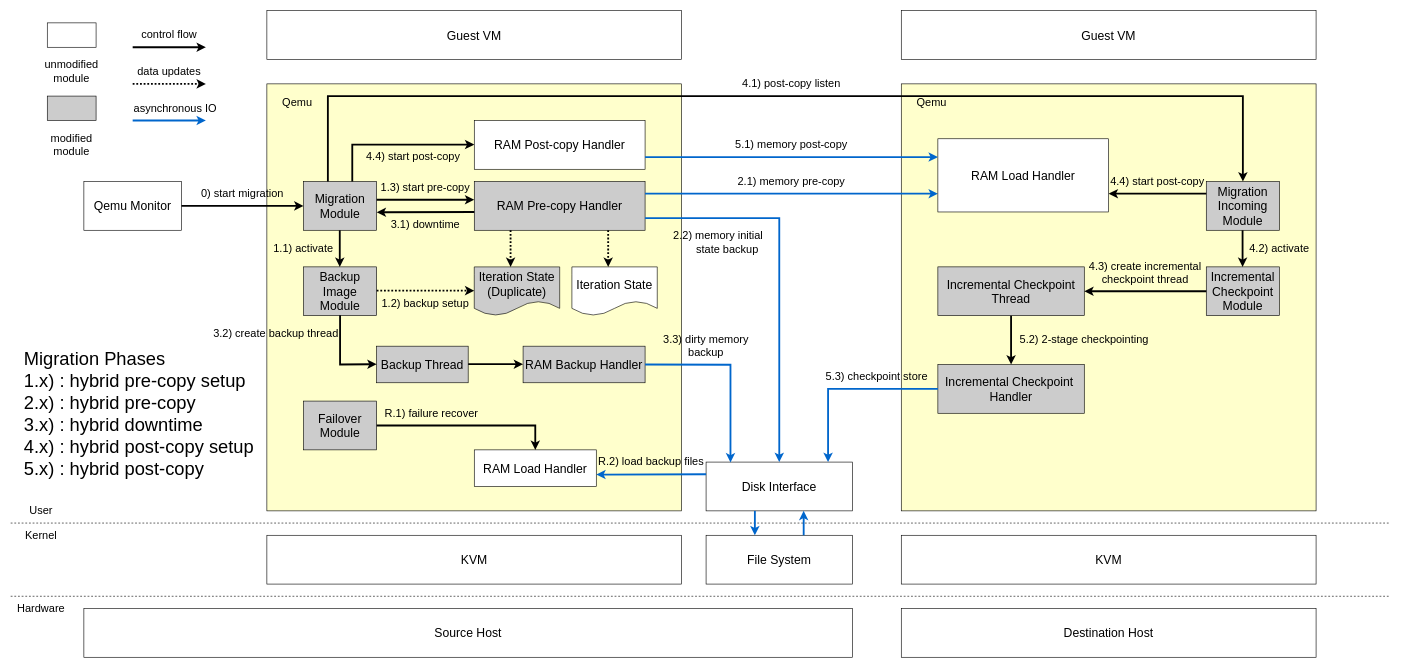
This is final/architecture 2.drawio from xuyizhe1999/drawio, a draw.io file, before an edit. Source tidied: cells renumbered, new cells numbered last; positions are measured from the earlier drawing's top-left corner, leaving out a move shared by most shapes. Both pictures are drawn from the tidied source at 61%, with x=0, y=0 at pixel (10, 10).
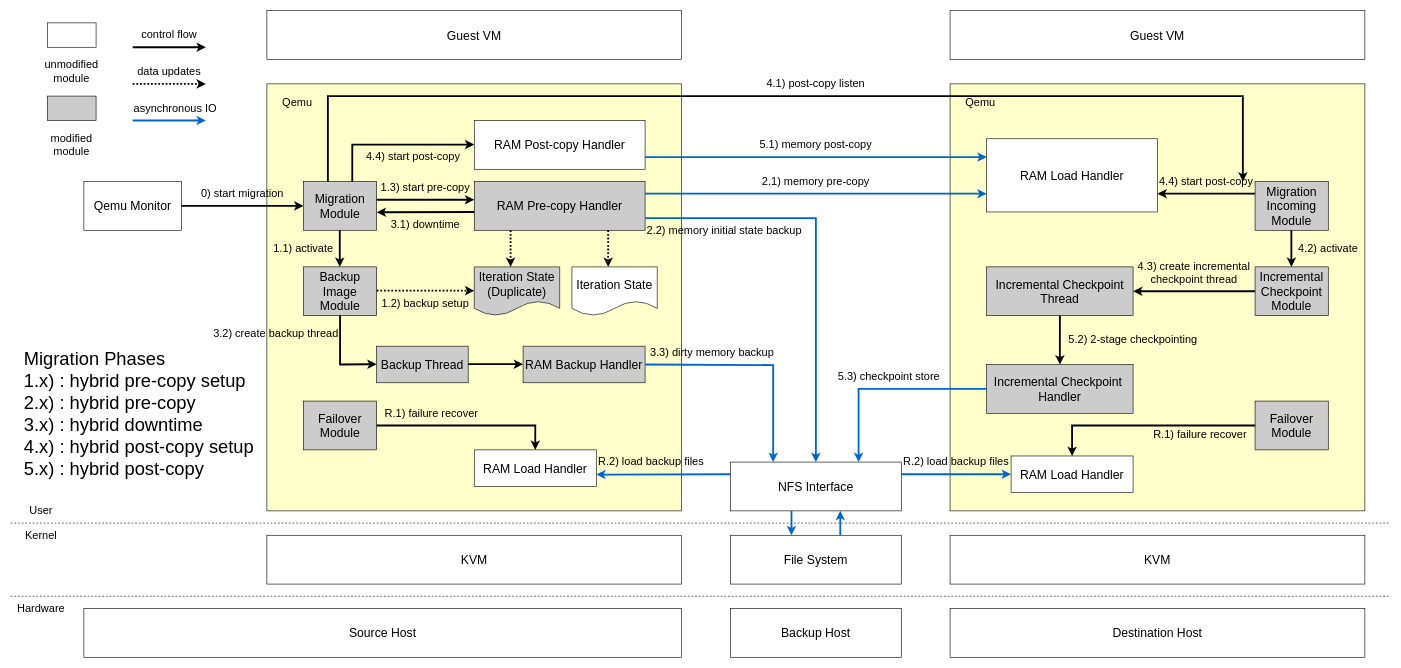
The same diagram, later.

The edit, as a diff of the source:
```diff
@@
     <mxCell id="2" style="rounded=0;whiteSpace=wrap;html=1;fillColor=#FFFFCC;" parent="1" vertex="1">
-      <mxGeometry x="1460" y="120" width="680" height="700" as="geometry" />
+      <mxGeometry x="1540" y="120" width="680" height="700" as="geometry" />
     </mxCell>
@@
-    <mxCell id="23" value="&lt;font style=&quot;font-size: 20px;&quot;&gt;Disk Interface&lt;/font&gt;" style="rounded=0;whiteSpace=wrap;html=1;align=center;fontSize=20;" parent="1" vertex="1">
-      <mxGeometry x="1140" y="740" width="240" height="80" as="geometry" />
+    <mxCell id="23" value="&lt;font style=&quot;font-size: 20px;&quot;&gt;NFS Interface&lt;/font&gt;" style="rounded=0;whiteSpace=wrap;html=1;align=center;fontSize=20;" parent="1" vertex="1">
+      <mxGeometry x="1180" y="740" width="280" height="80" as="geometry" />
     </mxCell>
     <mxCell id="24" value="&lt;font style=&quot;font-size: 18px;&quot;&gt;2.1) memory pre-copy&lt;/font&gt;" style="text;html=1;strokeColor=none;fillColor=none;align=center;verticalAlign=middle;whiteSpace=wrap;rounded=0;" parent="1" vertex="1">
-      <mxGeometry x="1180" y="260" width="200" height="40" as="geometry" />
+      <mxGeometry x="1220" y="260" width="200" height="40" as="geometry" />
     </mxCell>
@@
-    <mxCell id="31" style="endArrow=classic;html=1;rounded=0;strokeWidth=3;strokeColor=#0066CC;" parent="1" edge="1">
+    <mxCell id="31" style="endArrow=classic;html=1;rounded=0;strokeWidth=3;strokeColor=#0066CC;entryX=0.5;entryY=0;entryDx=0;entryDy=0;" parent="1" edge="1" target="23">
       <mxGeometry relative="1" as="geometry">
         <mxPoint x="1040" y="340" as="sourcePoint" />
-        <mxPoint x="1260" y="740" as="targetPoint" />
         <Array as="points">
-          <mxPoint x="1260" y="340" />
+          <mxPoint x="1320" y="340" />
         </Array>
       </mxGeometry>
     </mxCell>
-    <mxCell id="32" style="endArrow=classic;html=1;rounded=0;strokeWidth=3;strokeColor=#0066CC;" parent="1" edge="1">
+    <mxCell id="32" style="endArrow=classic;html=1;rounded=0;strokeWidth=3;strokeColor=#0066CC;entryX=0;entryY=0.75;entryDx=0;entryDy=0;" parent="1" edge="1" target="53">
       <mxGeometry relative="1" as="geometry">
         <mxPoint x="1040" y="300" as="sourcePoint" />
-        <mxPoint x="1520" y="300" as="targetPoint" />
       </mxGeometry>
     </mxCell>
@@
-    <mxCell id="40" style="endArrow=classic;html=1;rounded=0;strokeWidth=3;strokeColor=#0066CC;" parent="1" edge="1">
+    <mxCell id="40" style="endArrow=classic;html=1;rounded=0;strokeWidth=3;strokeColor=#0066CC;entryX=0.25;entryY=0;entryDx=0;entryDy=0;" parent="1" edge="1" target="23">
       <mxGeometry relative="1" as="geometry">
         <mxPoint x="1040" y="580" as="sourcePoint" />
-        <mxPoint x="1180" y="740.5" as="targetPoint" />
         <Array as="points">
-          <mxPoint x="1180" y="580.5" />
+          <mxPoint x="1250" y="581" />
         </Array>
       </mxGeometry>
     </mxCell>
@@
-    <mxCell id="42" style="endArrow=classic;html=1;rounded=0;strokeWidth=3;strokeColor=#0066CC;" parent="1" edge="1">
+    <mxCell id="42" style="endArrow=classic;html=1;rounded=0;strokeWidth=3;strokeColor=#0066CC;exitX=0;exitY=0.25;exitDx=0;exitDy=0;" parent="1" edge="1" source="23">
       <mxGeometry relative="1" as="geometry">
-        <mxPoint x="1140" y="760" as="sourcePoint" />
         <mxPoint x="960" y="760.5" as="targetPoint" />
       </mxGeometry>
     </mxCell>
@@
     <mxCell id="48" value="&lt;font style=&quot;font-size: 20px;&quot;&gt;File System&lt;/font&gt;" style="rounded=0;whiteSpace=wrap;html=1;" parent="1" vertex="1">
-      <mxGeometry x="1140" y="860" width="240" height="80" as="geometry" />
+      <mxGeometry x="1180" y="860" width="280" height="80" as="geometry" />
     </mxCell>
     <mxCell id="49" style="endArrow=classic;html=1;rounded=0;strokeWidth=3;strokeColor=#0066CC;" parent="1" edge="1">
       <mxGeometry relative="1" as="geometry">
-        <mxPoint x="1220" y="820" as="sourcePoint" />
-        <mxPoint x="1220" y="860" as="targetPoint" />
+        <mxPoint x="1280" y="820" as="sourcePoint" />
+        <mxPoint x="1280" y="860" as="targetPoint" />
       </mxGeometry>
     </mxCell>
     <mxCell id="50" style="endArrow=classic;html=1;rounded=0;strokeWidth=3;strokeColor=#0066CC;" parent="1" edge="1">
       <mxGeometry relative="1" as="geometry">
-        <mxPoint x="1300" y="860" as="sourcePoint" />
-        <mxPoint x="1300" y="820" as="targetPoint" />
+        <mxPoint x="1360" y="860" as="sourcePoint" />
+        <mxPoint x="1360" y="820" as="targetPoint" />
       </mxGeometry>
     </mxCell>
     <mxCell id="51" value="&lt;font style=&quot;font-size: 20px;&quot;&gt;Source Host&lt;/font&gt;" style="rounded=0;whiteSpace=wrap;html=1;" parent="1" vertex="1">
-      <mxGeometry x="120" y="980" width="1260" height="80" as="geometry" />
+      <mxGeometry x="120" y="980" width="980" height="80" as="geometry" />
     </mxCell>
     <mxCell id="52" value="&lt;font style=&quot;font-size: 20px;&quot;&gt;Guest VM&lt;/font&gt;" style="rounded=0;whiteSpace=wrap;html=1;align=center;" parent="1" vertex="1">
-      <mxGeometry x="1460" width="680" height="80" as="geometry" />
+      <mxGeometry x="1540" width="680" height="80" as="geometry" />
     </mxCell>
     <mxCell id="53" value="&lt;font style=&quot;font-size: 20px;&quot;&gt;RAM Load Handler&lt;/font&gt;" style="rounded=0;whiteSpace=wrap;html=1;fillColor=#FFFFFF;fontSize=20;" parent="1" vertex="1">
-      <mxGeometry x="1520" y="210" width="280" height="120" as="geometry" />
+      <mxGeometry x="1600" y="210" width="280" height="120" as="geometry" />
     </mxCell>
     <mxCell id="54" value="&lt;font style=&quot;font-size: 20px;&quot;&gt;Migration Incoming&lt;br style=&quot;font-size: 20px;&quot;&gt;Module&lt;/font&gt;" style="rounded=0;whiteSpace=wrap;html=1;fontSize=20;fillColor=#CCCCCC;" parent="1" vertex="1">
-      <mxGeometry x="1960" y="280" width="120" height="80" as="geometry" />
+      <mxGeometry x="2040" y="280" width="120" height="80" as="geometry" />
     </mxCell>
@@
     <mxCell id="56" value="&lt;font style=&quot;font-size: 20px;&quot;&gt;Incremental Checkpoint&lt;br style=&quot;font-size: 20px;&quot;&gt;Module&lt;/font&gt;" style="rounded=0;whiteSpace=wrap;html=1;fillColor=#CCCCCC;fontSize=20;" parent="1" vertex="1">
-      <mxGeometry x="1960" y="420" width="120" height="80" as="geometry" />
+      <mxGeometry x="2040" y="420" width="120" height="80" as="geometry" />
     </mxCell>
@@
-    <mxCell id="61" style="endArrow=classic;html=1;rounded=0;strokeWidth=3;strokeColor=#0066CC;" parent="1" edge="1">
+    <mxCell id="61" style="endArrow=classic;html=1;rounded=0;strokeWidth=3;strokeColor=#0066CC;entryX=0;entryY=0.25;entryDx=0;entryDy=0;" parent="1" edge="1" target="53">
       <mxGeometry relative="1" as="geometry">
         <mxPoint x="1040" y="240" as="sourcePoint" />
-        <mxPoint x="1520" y="240" as="targetPoint" />
       </mxGeometry>
     </mxCell>
@@
     <mxCell id="63" value="&lt;font style=&quot;font-size: 18px;&quot;&gt;4.1) post-copy listen&lt;/font&gt;" style="text;html=1;strokeColor=none;fillColor=none;align=center;verticalAlign=middle;whiteSpace=wrap;rounded=0;" parent="1" vertex="1">
-      <mxGeometry x="1160" y="100" width="240" height="40" as="geometry" />
+      <mxGeometry x="1200" y="100" width="240" height="40" as="geometry" />
     </mxCell>
     <mxCell id="64" value="&lt;font style=&quot;font-size: 18px;&quot;&gt;5.1) memory post-copy&lt;/font&gt;" style="text;html=1;strokeColor=none;fillColor=none;align=center;verticalAlign=middle;whiteSpace=wrap;rounded=0;" parent="1" vertex="1">
-      <mxGeometry x="1180" y="200" width="200" height="40" as="geometry" />
+      <mxGeometry x="1220" y="200" width="200" height="40" as="geometry" />
     </mxCell>
     <mxCell id="65" style="endArrow=classic;html=1;rounded=0;strokeWidth=3;" parent="1" edge="1">
       <mxGeometry relative="1" as="geometry">
-        <mxPoint x="2019.5" y="360" as="sourcePoint" />
-        <mxPoint x="2019.5" y="420" as="targetPoint" />
+        <mxPoint x="2099.5" y="360" as="sourcePoint" />
+        <mxPoint x="2099.5" y="420" as="targetPoint" />
       </mxGeometry>
     </mxCell>
     <mxCell id="66" value="&lt;font style=&quot;font-size: 18px;&quot;&gt;4.2) activate&lt;/font&gt;" style="text;html=1;strokeColor=none;fillColor=none;align=center;verticalAlign=middle;whiteSpace=wrap;rounded=0;" parent="1" vertex="1">
-      <mxGeometry x="2020" y="370" width="120" height="40" as="geometry" />
+      <mxGeometry x="2100" y="370" width="120" height="40" as="geometry" />
     </mxCell>
     <mxCell id="67" value="&lt;font style=&quot;font-size: 20px;&quot;&gt;Incremental Checkpoint&amp;nbsp; Handler&lt;/font&gt;" style="rounded=0;whiteSpace=wrap;html=1;fillColor=#CCCCCC;fontSize=20;" parent="1" vertex="1">
-      <mxGeometry x="1520" y="580" width="240" height="80" as="geometry" />
+      <mxGeometry x="1600" y="580" width="240" height="80" as="geometry" />
     </mxCell>
     <mxCell id="68" value="&lt;font style=&quot;font-size: 20px;&quot;&gt;Incremental Checkpoint&lt;br&gt;Thread&lt;br&gt;&lt;/font&gt;" style="rounded=0;whiteSpace=wrap;html=1;fillColor=#CCCCCC;fontSize=20;" parent="1" vertex="1">
-      <mxGeometry x="1520" y="420" width="240" height="80" as="geometry" />
+      <mxGeometry x="1600" y="420" width="240" height="80" as="geometry" />
     </mxCell>
     <mxCell id="69" style="endArrow=classic;html=1;rounded=0;strokeWidth=3;" parent="1" edge="1">
       <mxGeometry relative="1" as="geometry">
-        <mxPoint x="1960" y="460" as="sourcePoint" />
-        <mxPoint x="1760" y="460" as="targetPoint" />
+        <mxPoint x="2040" y="460" as="sourcePoint" />
+        <mxPoint x="1840" y="460" as="targetPoint" />
       </mxGeometry>
     </mxCell>
     <mxCell id="70" value="&lt;font style=&quot;font-size: 18px;&quot;&gt;4.3) create incremental checkpoint thread&lt;/font&gt;" style="text;html=1;strokeColor=none;fillColor=none;align=center;verticalAlign=middle;whiteSpace=wrap;rounded=0;" parent="1" vertex="1">
-      <mxGeometry x="1750" y="399.5" width="220" height="60.5" as="geometry" />
+      <mxGeometry x="1830" y="399.5" width="220" height="60.5" as="geometry" />
     </mxCell>
     <mxCell id="71" style="endArrow=classic;html=1;rounded=0;strokeWidth=3;" parent="1" edge="1">
       <mxGeometry relative="1" as="geometry">
-        <mxPoint x="1640" y="500" as="sourcePoint" />
-        <mxPoint x="1640" y="580" as="targetPoint" />
+        <mxPoint x="1720" y="500" as="sourcePoint" />
+        <mxPoint x="1720" y="580" as="targetPoint" />
       </mxGeometry>
     </mxCell>
     <mxCell id="72" value="&lt;font style=&quot;font-size: 18px;&quot;&gt;5.2) 2-stage checkpointing&lt;/font&gt;" style="text;html=1;strokeColor=none;fillColor=none;align=center;verticalAlign=middle;whiteSpace=wrap;rounded=0;" parent="1" vertex="1">
-      <mxGeometry x="1640" y="520" width="240" height="40" as="geometry" />
+      <mxGeometry x="1720" y="520" width="240" height="40" as="geometry" />
     </mxCell>
-    <mxCell id="73" style="endArrow=classic;html=1;rounded=0;strokeWidth=3;strokeColor=#0066CC;" parent="1" edge="1">
+    <mxCell id="73" style="endArrow=classic;html=1;rounded=0;strokeWidth=3;strokeColor=#0066CC;entryX=0.75;entryY=0;entryDx=0;entryDy=0;" parent="1" edge="1" target="23">
       <mxGeometry relative="1" as="geometry">
-        <mxPoint x="1520" y="620" as="sourcePoint" />
-        <mxPoint x="1340" y="740" as="targetPoint" />
+        <mxPoint x="1600" y="620" as="sourcePoint" />
         <Array as="points">
-          <mxPoint x="1340" y="620" />
+          <mxPoint x="1390" y="620" />
         </Array>
       </mxGeometry>
     </mxCell>
     <mxCell id="74" value="&lt;font style=&quot;font-size: 18px;&quot;&gt;5.3) checkpoint store&lt;/font&gt;" style="text;html=1;strokeColor=none;fillColor=none;align=center;verticalAlign=middle;whiteSpace=wrap;rounded=0;" parent="1" vertex="1">
-      <mxGeometry x="1320" y="580" width="200" height="40" as="geometry" />
+      <mxGeometry x="1340" y="580" width="200" height="40" as="geometry" />
     </mxCell>
     <mxCell id="75" value="&lt;font style=&quot;font-size: 18px;&quot;&gt;Qemu&lt;/font&gt;" style="text;html=1;strokeColor=none;fillColor=none;align=center;verticalAlign=middle;whiteSpace=wrap;rounded=0;" parent="1" vertex="1">
-      <mxGeometry x="1460" y="120" width="100" height="60" as="geometry" />
+      <mxGeometry x="1540" y="120" width="100" height="60" as="geometry" />
     </mxCell>
     <mxCell id="76" style="endArrow=classic;html=1;rounded=0;strokeWidth=3;" parent="1" edge="1">
       <mxGeometry relative="1" as="geometry">
-        <mxPoint x="1960" y="300" as="sourcePoint" />
-        <mxPoint x="1800" y="300" as="targetPoint" />
+        <mxPoint x="2040" y="300" as="sourcePoint" />
+        <mxPoint x="1880" y="300" as="targetPoint" />
       </mxGeometry>
     </mxCell>
     <mxCell id="77" value="&lt;font style=&quot;font-size: 18px;&quot;&gt;4.4) start post-copy&lt;/font&gt;" style="text;html=1;strokeColor=none;fillColor=none;align=center;verticalAlign=middle;whiteSpace=wrap;rounded=0;" parent="1" vertex="1">
-      <mxGeometry x="1760" y="260" width="240" height="40" as="geometry" />
+      <mxGeometry x="1840" y="260" width="240" height="40" as="geometry" />
     </mxCell>
     <mxCell id="78" value="&lt;font style=&quot;font-size: 20px;&quot;&gt;KVM&lt;/font&gt;" style="rounded=0;whiteSpace=wrap;html=1;" parent="1" vertex="1">
-      <mxGeometry x="1460" y="860" width="680" height="80" as="geometry" />
+      <mxGeometry x="1540" y="860" width="680" height="80" as="geometry" />
     </mxCell>
     <mxCell id="79" value="&lt;font style=&quot;font-size: 20px;&quot;&gt;Destination Host&lt;/font&gt;" style="rounded=0;whiteSpace=wrap;html=1;" parent="1" vertex="1">
-      <mxGeometry x="1460" y="980" width="680" height="80" as="geometry" />
+      <mxGeometry x="1540" y="980" width="680" height="80" as="geometry" />
     </mxCell>
@@
-    <mxCell id="85" value="&lt;font style=&quot;font-size: 18px;&quot;&gt;2.2) memory initial&lt;br&gt;&amp;nbsp; &amp;nbsp; &amp;nbsp; state backup&lt;/font&gt;" style="text;html=1;strokeColor=none;fillColor=none;align=center;verticalAlign=middle;whiteSpace=wrap;rounded=0;" parent="1" vertex="1">
-      <mxGeometry x="1080" y="360" width="160" height="40" as="geometry" />
+    <mxCell id="85" value="&lt;font style=&quot;font-size: 18px;&quot;&gt;2.2) memory initial state backup&lt;/font&gt;" style="text;html=1;strokeColor=none;fillColor=none;align=center;verticalAlign=middle;whiteSpace=wrap;rounded=0;" parent="1" vertex="1">
+      <mxGeometry x="1040" y="340" width="260" height="40" as="geometry" />
     </mxCell>
@@
     <mxCell id="88" value="&lt;font style=&quot;font-size: 18px;&quot;&gt;3.3) dirty memory backup&lt;/font&gt;" style="text;html=1;strokeColor=none;fillColor=none;align=center;verticalAlign=middle;whiteSpace=wrap;rounded=0;" parent="1" vertex="1">
-      <mxGeometry x="1040" y="520" width="200" height="60" as="geometry" />
+      <mxGeometry x="1040" y="540" width="220" height="40" as="geometry" />
     </mxCell>
+    <mxCell id="89" value="&lt;font style=&quot;font-size: 20px;&quot;&gt;Backup Host&lt;/font&gt;" style="rounded=0;whiteSpace=wrap;html=1;" parent="1" vertex="1">
+      <mxGeometry x="1180" y="980" width="280" height="80" as="geometry" />
+    </mxCell>
+    <mxCell id="90" value="&lt;font style=&quot;font-size: 20px;&quot;&gt;Failover&lt;br style=&quot;font-size: 20px;&quot;&gt;Module&lt;/font&gt;" style="rounded=0;whiteSpace=wrap;html=1;fillColor=#CCCCCC;fontSize=20;" parent="1" vertex="1">
+      <mxGeometry x="2040" y="640" width="120" height="80" as="geometry" />
+    </mxCell>
+    <mxCell id="91" value="&lt;font style=&quot;font-size: 20px;&quot;&gt;RAM Load Handler&lt;/font&gt;" style="rounded=0;whiteSpace=wrap;html=1;fillColor=#FFFFFF;fontSize=20;" parent="1" vertex="1">
+      <mxGeometry x="1640" y="730" width="200" height="60" as="geometry" />
+    </mxCell>
+    <mxCell id="92" style="endArrow=classic;html=1;rounded=0;strokeWidth=3;exitX=0;exitY=0.5;exitDx=0;exitDy=0;entryX=0.5;entryY=0;entryDx=0;entryDy=0;" parent="1" edge="1" source="90" target="91">
+      <mxGeometry relative="1" as="geometry">
+        <Array as="points">
+          <mxPoint x="1740" y="680" />
+        </Array>
+      </mxGeometry>
+    </mxCell>
+    <mxCell id="93" style="endArrow=classic;html=1;rounded=0;strokeWidth=3;strokeColor=#0066CC;exitX=1;exitY=0.25;exitDx=0;exitDy=0;entryX=0;entryY=0.5;entryDx=0;entryDy=0;" parent="1" edge="1" source="23" target="91">
+      <mxGeometry relative="1" as="geometry" />
+    </mxCell>
+    <mxCell id="94" value="&lt;font style=&quot;font-size: 18px;&quot;&gt;R.1) failure recover&lt;/font&gt;" style="text;html=1;strokeColor=none;fillColor=none;align=center;verticalAlign=middle;whiteSpace=wrap;rounded=0;" parent="1" vertex="1">
+      <mxGeometry x="1860" y="680" width="180" height="30" as="geometry" />
+    </mxCell>
+    <mxCell id="95" value="&lt;font style=&quot;font-size: 18px;&quot;&gt;R.2) load backup files&lt;/font&gt;" style="text;html=1;strokeColor=none;fillColor=none;align=center;verticalAlign=middle;whiteSpace=wrap;rounded=0;" parent="1" vertex="1">
+      <mxGeometry x="1460" y="720" width="180" height="40" as="geometry" />
+    </mxCell>
```
